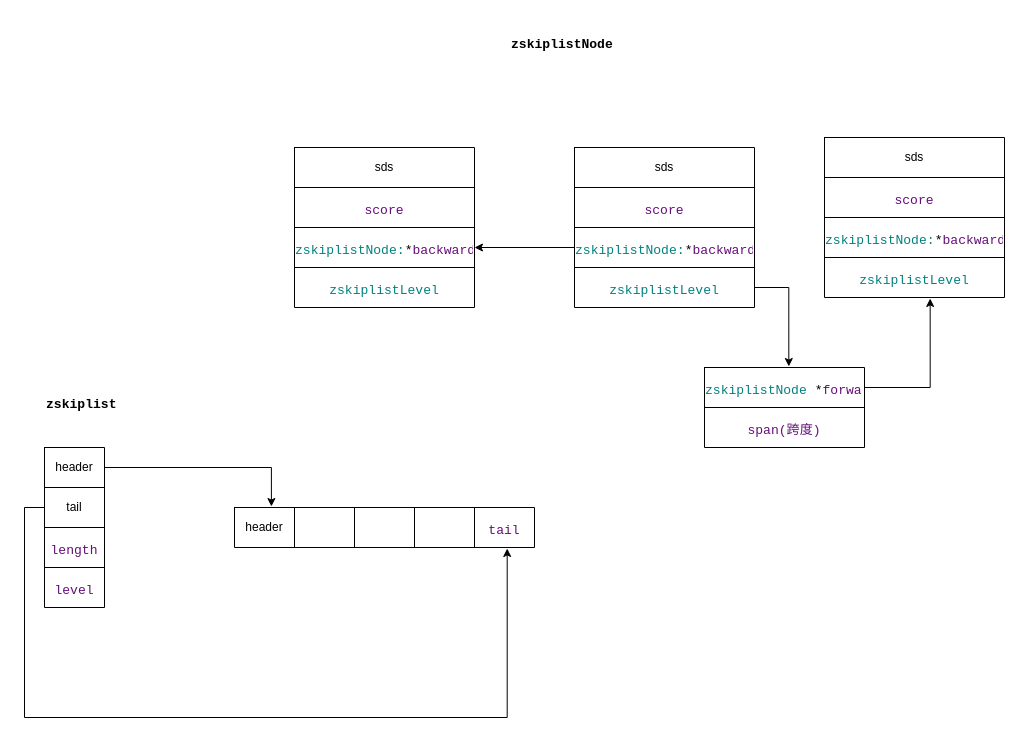
Above: redis源码/zset(跳表).drawio in springcloud-boot/draw.io (draw.io), before the change. Source tidied: cells renumbered, new cells numbered last; positions are measured from the earlier drawing's top-left corner, leaving out a move shared by most shapes. Both pictures are drawn from the tidied source at 100%, with x=0, y=0 at pixel (24, 17).
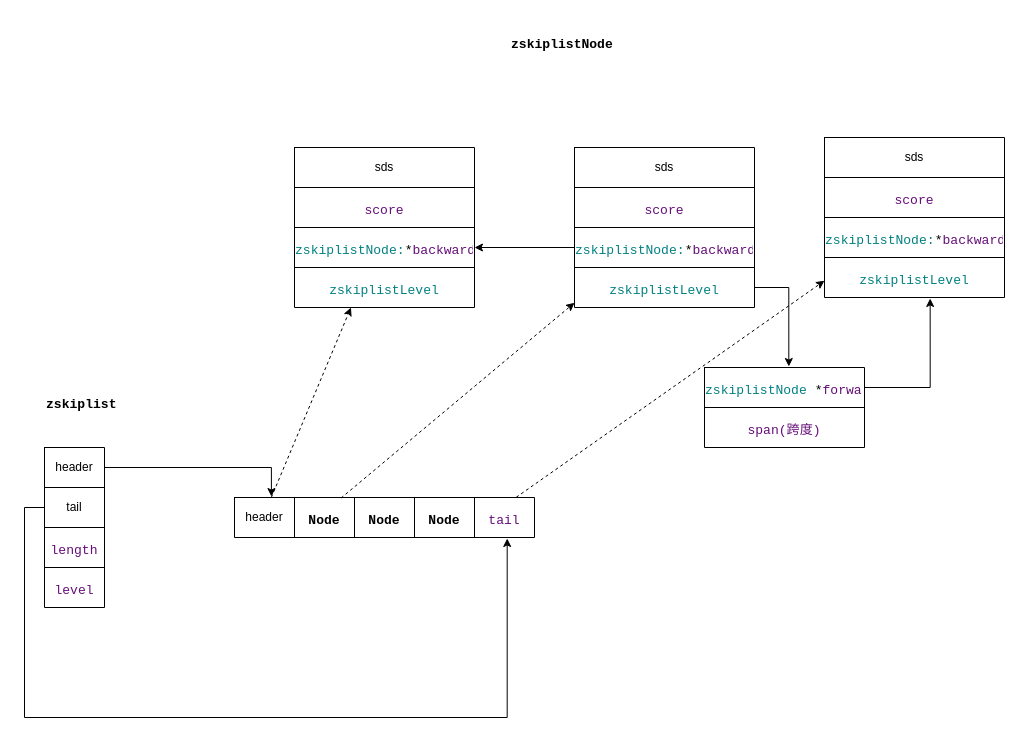
The same page after the edit.

The change refers to these unchanged cells:
```xml
<mxCell id="2" style="shape=table;startSize=0;childLayout=tableLayout;" parent="1" vertex="1">
  <mxGeometry x="270" y="130" width="180" height="160" as="geometry" />
</mxCell>
<mxCell id="12" style="shape=table;startSize=0;childLayout=tableLayout;" parent="1" vertex="1">
  <mxGeometry x="550" y="130" width="180" height="160" as="geometry" />
</mxCell>
<mxCell id="28" style="shape=table;startSize=0;childLayout=tableLayout;" parent="1" vertex="1">
  <mxGeometry x="800" y="120" width="180" height="160" as="geometry" />
</mxCell>
<mxCell id="40" style="shape=tableRow;horizontal=0;startSize=0;swimlaneHead=0;swimlaneBody=0;top=0;left=0;bottom=0;right=0;fillColor=none;points=[[0,0.5],[1,0.5]];portConstraint=eastwest;fontColor=#000000;" parent="39" vertex="1">
  <mxGeometry width="300" height="40" as="geometry" />
</mxCell>
```

What changed in the source:
```diff
@@
     <mxCell id="39" style="shape=table;startSize=0;childLayout=tableLayout;fontColor=#000000;" parent="1" vertex="1">
-      <mxGeometry x="210" y="490" width="300" height="40" as="geometry" />
+      <mxGeometry x="210" y="480" width="300" height="40" as="geometry" />
     </mxCell>
@@
-    <mxCell id="42" style="shape=partialRectangle;html=1;whiteSpace=wrap;overflow=hidden;fillColor=none;top=0;left=0;bottom=0;right=0;fontColor=#000000;" parent="40" vertex="1">
+    <mxCell id="42" value="&lt;pre style=&quot;text-align: left; background-color: rgb(255, 255, 255); font-family: &amp;quot;JetBrains Mono&amp;quot;, monospace; font-size: 9.8pt;&quot;&gt;&lt;b&gt;Node&lt;/b&gt;&lt;/pre&gt;" style="shape=partialRectangle;html=1;whiteSpace=wrap;overflow=hidden;fillColor=none;top=0;left=0;bottom=0;right=0;fontColor=#000000;strokeColor=none;" parent="40" vertex="1">
       <mxGeometry x="60" width="60" height="40" as="geometry" />
     </mxCell>
-    <mxCell id="43" style="shape=partialRectangle;html=1;whiteSpace=wrap;overflow=hidden;fillColor=none;top=0;left=0;bottom=0;right=0;fontColor=#000000;" parent="40" vertex="1">
+    <mxCell id="43" value="&lt;pre style=&quot;text-align: left; background-color: rgb(255, 255, 255); font-family: &amp;quot;JetBrains Mono&amp;quot;, monospace; font-size: 9.8pt;&quot;&gt;&lt;b&gt;Node&lt;/b&gt;&lt;/pre&gt;" style="shape=partialRectangle;html=1;whiteSpace=wrap;overflow=hidden;fillColor=none;top=0;left=0;bottom=0;right=0;fontColor=#000000;" parent="40" vertex="1">
       <mxGeometry x="120" width="60" height="40" as="geometry" />
     </mxCell>
-    <mxCell id="44" style="shape=partialRectangle;html=1;whiteSpace=wrap;overflow=hidden;fillColor=none;top=0;left=0;bottom=0;right=0;fontColor=#000000;" parent="40" vertex="1">
+    <mxCell id="44" value="&lt;pre style=&quot;text-align: left; background-color: rgb(255, 255, 255); font-family: &amp;quot;JetBrains Mono&amp;quot;, monospace; font-size: 9.8pt;&quot;&gt;&lt;b&gt;Node&lt;/b&gt;&lt;/pre&gt;" style="shape=partialRectangle;html=1;whiteSpace=wrap;overflow=hidden;fillColor=none;top=0;left=0;bottom=0;right=0;fontColor=#000000;" parent="40" vertex="1">
       <mxGeometry x="180" width="60" height="40" as="geometry" />
     </mxCell>
@@
+    <mxCell id="57" style="rounded=0;jettySize=auto;html=1;fontColor=#000000;dashed=1;exitX=0.123;exitY=-0.005;exitDx=0;exitDy=0;exitPerimeter=0;" parent="1" edge="1" source="40" target="2">
+      <mxGeometry relative="1" as="geometry" />
+    </mxCell>
+    <mxCell id="58" style="edgeStyle=none;rounded=0;jettySize=auto;html=1;fontColor=#000000;dashed=1;exitX=0.355;exitY=0.015;exitDx=0;exitDy=0;exitPerimeter=0;" parent="1" edge="1" source="40" target="12">
+      <mxGeometry relative="1" as="geometry" />
+    </mxCell>
+    <mxCell id="59" style="edgeStyle=none;rounded=0;jettySize=auto;html=1;fontColor=#000000;dashed=1;exitX=0.939;exitY=-0.005;exitDx=0;exitDy=0;exitPerimeter=0;" parent="1" edge="1" source="40" target="28">
+      <mxGeometry relative="1" as="geometry" />
+    </mxCell>
```
